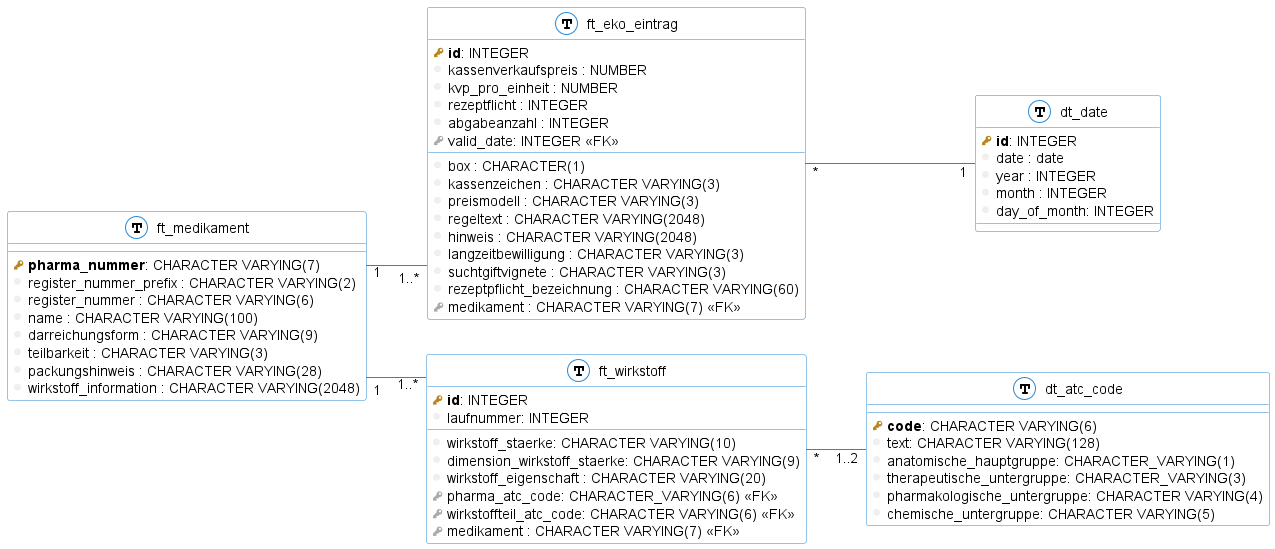
This is db_schema.png from kevschuetz/eEKO, a PlantUML export, as it was before one commit.
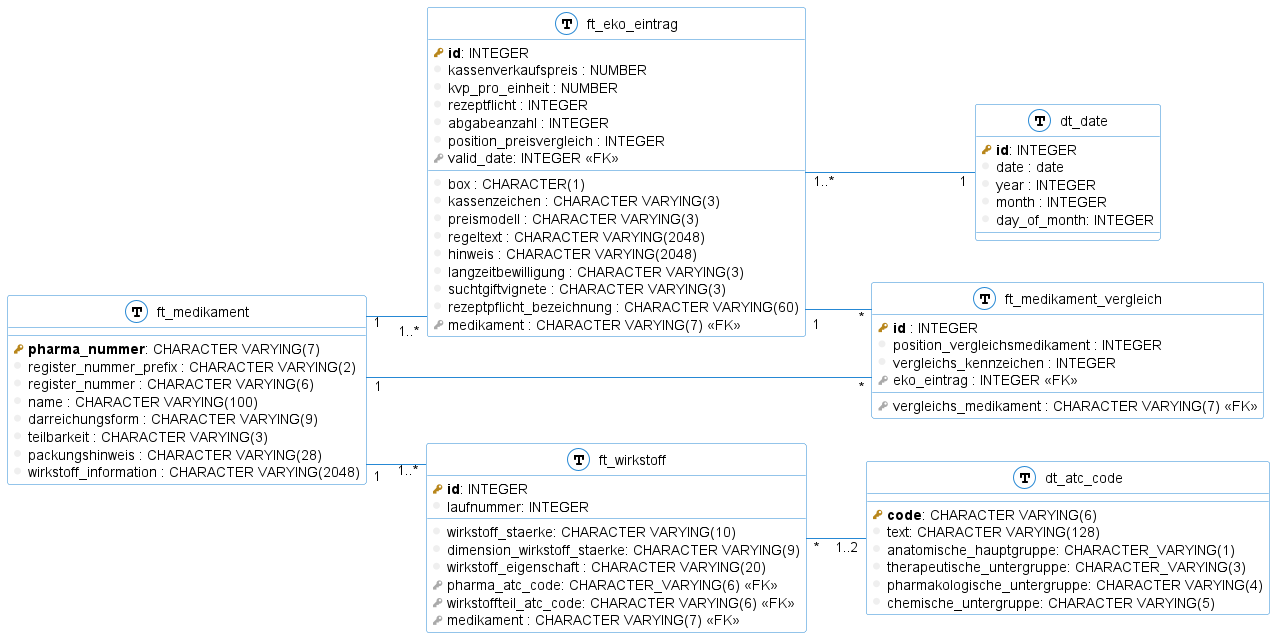
The same file after the commit.

Change to the diagram source:
```diff
@@ -42,6 +42,7 @@
   column( rezeptflicht ) : INTEGER
   column( rezeptpflicht_bezeichnung) : CHARACTER VARYING(60)
   column( abgabeanzahl ) : INTEGER
+  column( position_preisvergleich) : INTEGER
   foreign_key( medikament ) : CHARACTER VARYING(7) <<FK>>
   foreign_key( valid_date ): INTEGER <<FK>>
 }
@@ -74,9 +75,19 @@
 	column( day_of_month): INTEGER
 }
 
+table(ft_medikament_vergleich){
+	primary_key( id ) : INTEGER
+	column( position_vergleichsmedikament ) : INTEGER
+	column( vergleichs_kennzeichen ) : INTEGER
+	foreign_key( eko_eintrag ) : INTEGER <<FK>>
+	foreign_key( vergleichs_medikament ) : CHARACTER VARYING(7) <<FK>>
+}
+
 ft_medikament "1" -- "1..*" ft_wirkstoff
 ft_wirkstoff "*" -- "1..2" dt_atc_code
 ft_medikament "1" -- "1..*" ft_eko_eintrag
-ft_eko_eintrag "*" -- "1" dt_date
+ft_eko_eintrag "1..*" -- "1" dt_date
+ft_eko_eintrag "1" -- "*" ft_medikament_vergleich
+ft_medikament_vergleich "*" -- "1" ft_medikament
 
 @enduml
```
